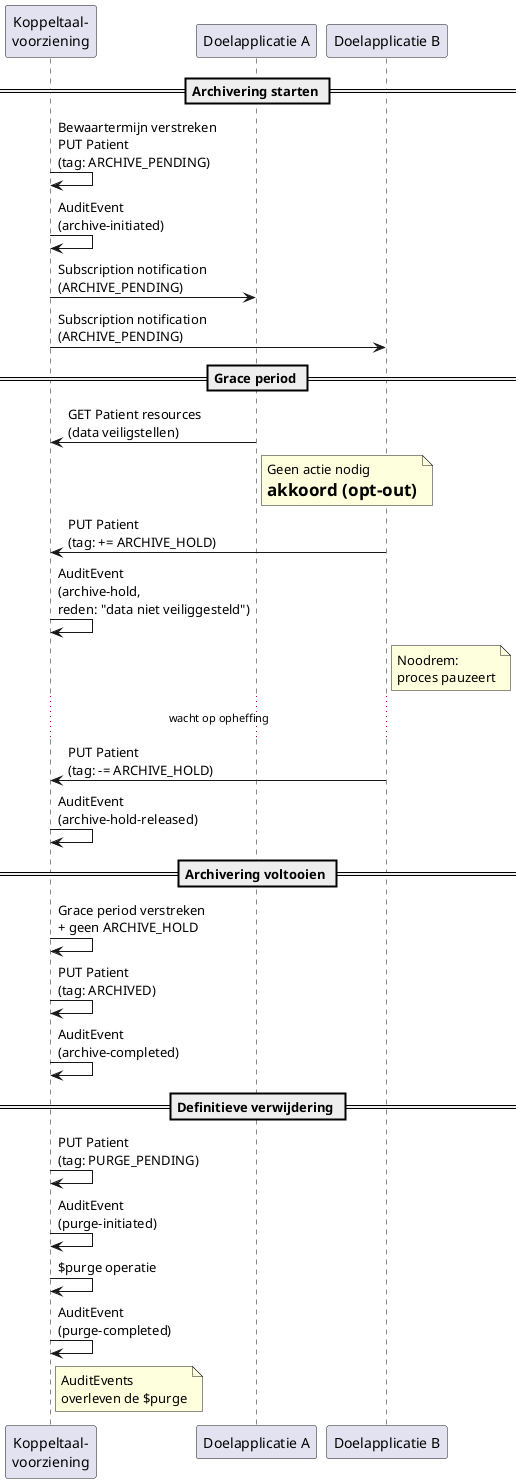
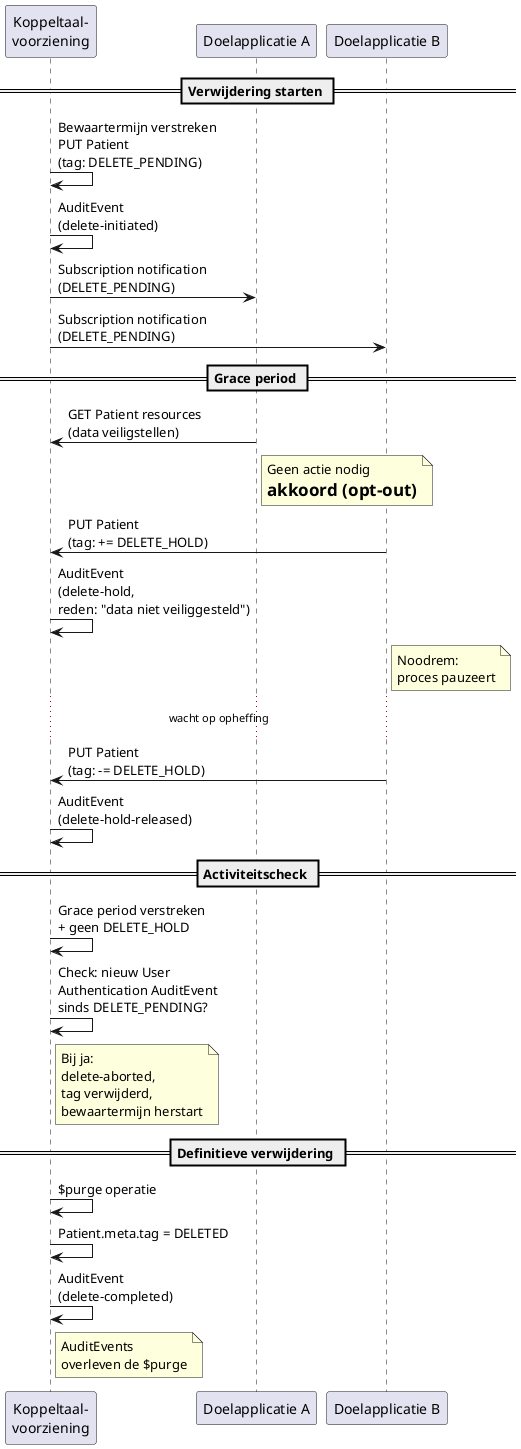
@startuml archivering-interactie

participant "Koppeltaal-\nvoorziening" as KT
participant "Doelapplicatie A" as AppA
participant "Doelapplicatie B" as AppB

- == Archivering starten ==
+ == Verwijdering starten ==

- KT -> KT : Bewaartermijn verstreken\nPUT Patient\n(tag: ARCHIVE_PENDING)
- KT -> KT : AuditEvent\n(archive-initiated)
- KT -> AppA : Subscription notification\n(ARCHIVE_PENDING)
- KT -> AppB : Subscription notification\n(ARCHIVE_PENDING)
+ KT -> KT : Bewaartermijn verstreken\nPUT Patient\n(tag: DELETE_PENDING)
+ KT -> KT : AuditEvent\n(delete-initiated)
+ KT -> AppA : Subscription notification\n(DELETE_PENDING)
+ KT -> AppB : Subscription notification\n(DELETE_PENDING)

== Grace period ==

AppA -> KT : GET Patient resources\n(data veiligstellen)
note right of AppA : Geen actie nodig\n= akkoord (opt-out)

- AppB -> KT : PUT Patient\n(tag: += ARCHIVE_HOLD)
- KT -> KT : AuditEvent\n(archive-hold,\nreden: "data niet veiliggesteld")
+ AppB -> KT : PUT Patient\n(tag: += DELETE_HOLD)
+ KT -> KT : AuditEvent\n(delete-hold,\nreden: "data niet veiliggesteld")
note right of AppB : Noodrem:\nproces pauzeert

...wacht op opheffing...

- AppB -> KT : PUT Patient\n(tag: -= ARCHIVE_HOLD)
- KT -> KT : AuditEvent\n(archive-hold-released)
+ AppB -> KT : PUT Patient\n(tag: -= DELETE_HOLD)
+ KT -> KT : AuditEvent\n(delete-hold-released)

- == Archivering voltooien ==
+ == Activiteitscheck ==

- KT -> KT : Grace period verstreken\n+ geen ARCHIVE_HOLD
- KT -> KT : PUT Patient\n(tag: ARCHIVED)
- KT -> KT : AuditEvent\n(archive-completed)
+ KT -> KT : Grace period verstreken\n+ geen DELETE_HOLD
+ KT -> KT : Check: nieuw User\nAuthentication AuditEvent\nsinds DELETE_PENDING?
+ note right of KT : Bij ja:\ndelete-aborted,\ntag verwijderd,\nbewaartermijn herstart

== Definitieve verwijdering ==

- KT -> KT : PUT Patient\n(tag: PURGE_PENDING)
- KT -> KT : AuditEvent\n(purge-initiated)
- 
KT -> KT : $purge operatie
- KT -> KT : AuditEvent\n(purge-completed)
+ KT -> KT : Patient.meta.tag = DELETED
+ KT -> KT : AuditEvent\n(delete-completed)
note right of KT : AuditEvents\noverleven de $purge

@enduml
